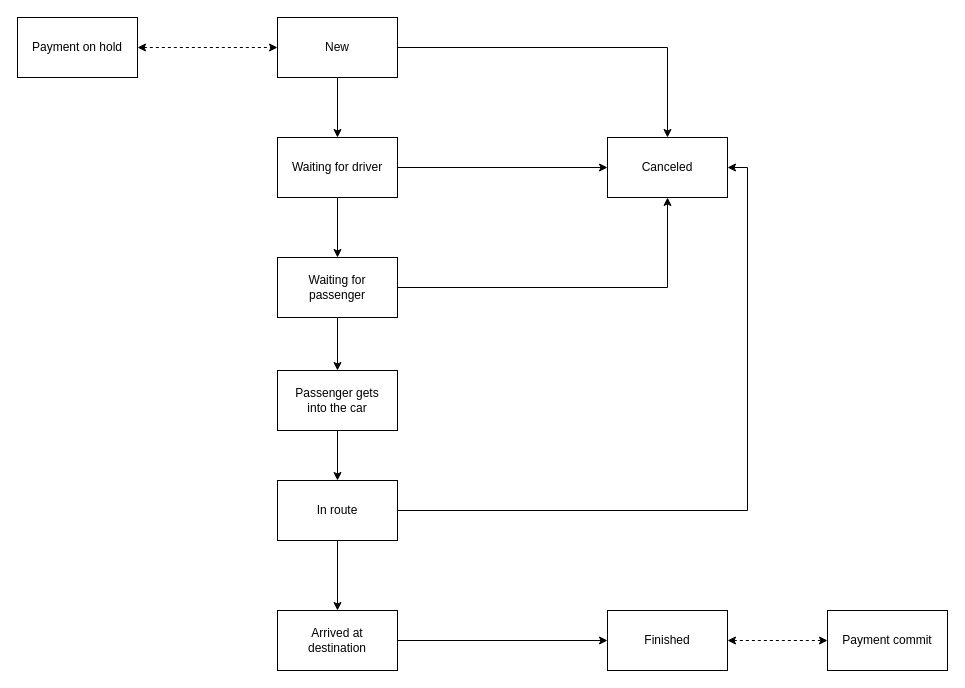
The draw.io diagram architecture/diagrams/use-cases/ride-states.drawio in RideXpress/docs, before the edit. Source tidied: cells renumbered, new cells numbered last; positions are measured from the earlier drawing's top-left corner, leaving out a move shared by most shapes. Both pictures are drawn from the tidied source at 100%, with x=0, y=0 at pixel (17, 17).
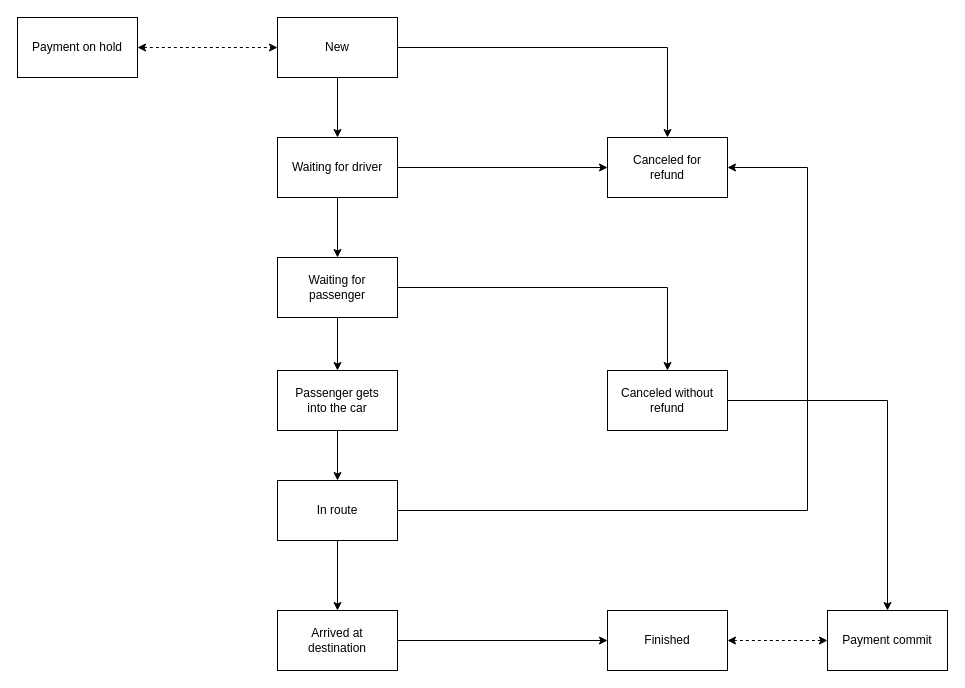
Above is the later version.

Commit message:
Adding cancellation conditions

The change refers to these unchanged cells:
```xml
<mxCell id="11" value="Waiting for&lt;br&gt;passenger" style="rounded=0;whiteSpace=wrap;html=1;" parent="1" vertex="1">
  <mxGeometry x="260" y="240" width="120" height="60" as="geometry" />
</mxCell>
<mxCell id="14" value="In route" style="rounded=0;whiteSpace=wrap;html=1;" parent="1" vertex="1">
  <mxGeometry x="260" y="463" width="120" height="60" as="geometry" />
</mxCell>
<mxCell id="23" value="Payment commit" style="rounded=0;whiteSpace=wrap;html=1;" parent="1" vertex="1">
  <mxGeometry x="810" y="593" width="120" height="60" as="geometry" />
</mxCell>
```

Change to the diagram source:
```diff
@@
-    <mxCell id="8" value="Canceled" style="rounded=0;whiteSpace=wrap;html=1;" parent="1" vertex="1">
+    <mxCell id="8" value="Canceled for&lt;br&gt;refund" style="rounded=0;whiteSpace=wrap;html=1;" parent="1" vertex="1">
       <mxGeometry x="590" y="120" width="120" height="60" as="geometry" />
     </mxCell>
-    <mxCell id="9" style="edgeStyle=orthogonalEdgeStyle;rounded=0;jettySize=auto;html=1;exitX=1;exitY=0.5;exitDx=0;exitDy=0;entryX=0.5;entryY=1;entryDx=0;entryDy=0;" parent="1" edge="1" source="11" target="8">
+    <mxCell id="9" style="edgeStyle=orthogonalEdgeStyle;rounded=0;jettySize=auto;html=1;exitX=1;exitY=0.5;exitDx=0;exitDy=0;entryX=0.5;entryY=0;entryDx=0;entryDy=0;" parent="1" edge="1" source="11" target="25">
       <mxGeometry relative="1" as="geometry" />
     </mxCell>
@@
     <mxCell id="13" style="edgeStyle=orthogonalEdgeStyle;rounded=0;jettySize=auto;html=1;exitX=1;exitY=0.5;exitDx=0;exitDy=0;entryX=1;entryY=0.5;entryDx=0;entryDy=0;" parent="1" edge="1" source="14" target="8">
-      <mxGeometry relative="1" as="geometry" />
+      <mxGeometry relative="1" as="geometry">
+        <Array as="points">
+          <mxPoint x="790" y="493" />
+          <mxPoint x="790" y="150" />
+        </Array>
+      </mxGeometry>
     </mxCell>
@@
+    <mxCell id="24" style="edgeStyle=orthogonalEdgeStyle;rounded=0;jettySize=auto;html=1;entryX=0.5;entryY=0;entryDx=0;entryDy=0;" parent="1" edge="1" source="25" target="23">
+      <mxGeometry relative="1" as="geometry" />
+    </mxCell>
+    <mxCell id="25" value="Canceled without&lt;br&gt;refund" style="rounded=0;whiteSpace=wrap;html=1;" parent="1" vertex="1">
+      <mxGeometry x="590" y="353" width="120" height="60" as="geometry" />
+    </mxCell>
```
